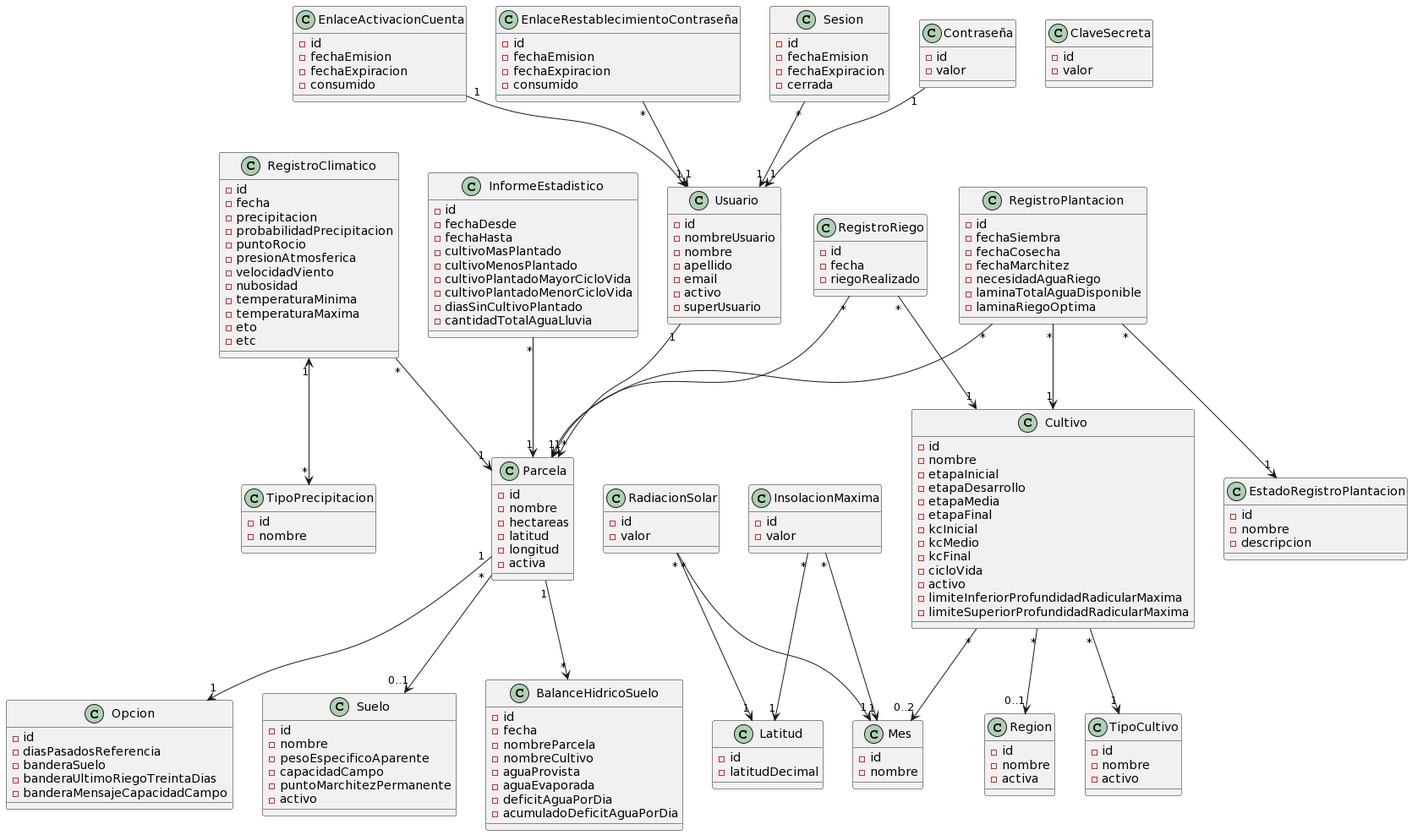
This is docs/domain model/Modelo de dominio.png from facundopaez-dev/sistema-web-riego, a PlantUML export, as it was before one commit.
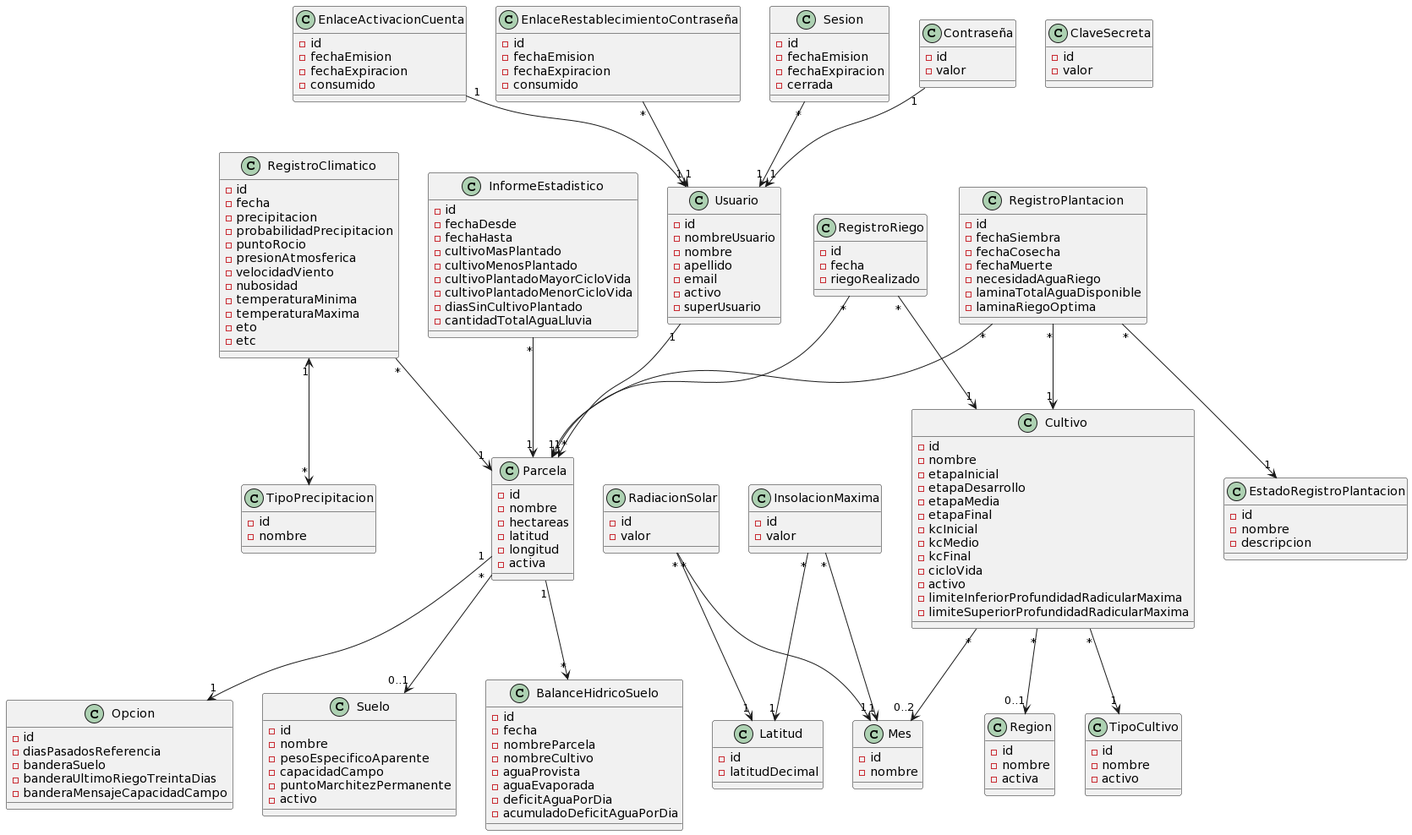
Above is the later version.

Commit message:
Atributo fechaMarchitez de la entidad RegistroPlantacion del modelo de dominio renombrado como fechaMuerte

The edit, as a diff of the source:
```diff
@@ -96,7 +96,7 @@
 -id
 -fechaSiembra
 -fechaCosecha
--fechaMarchitez
+-fechaMuerte
 -necesidadAguaRiego
 -laminaTotalAguaDisponible
 -laminaRiegoOptima
```
